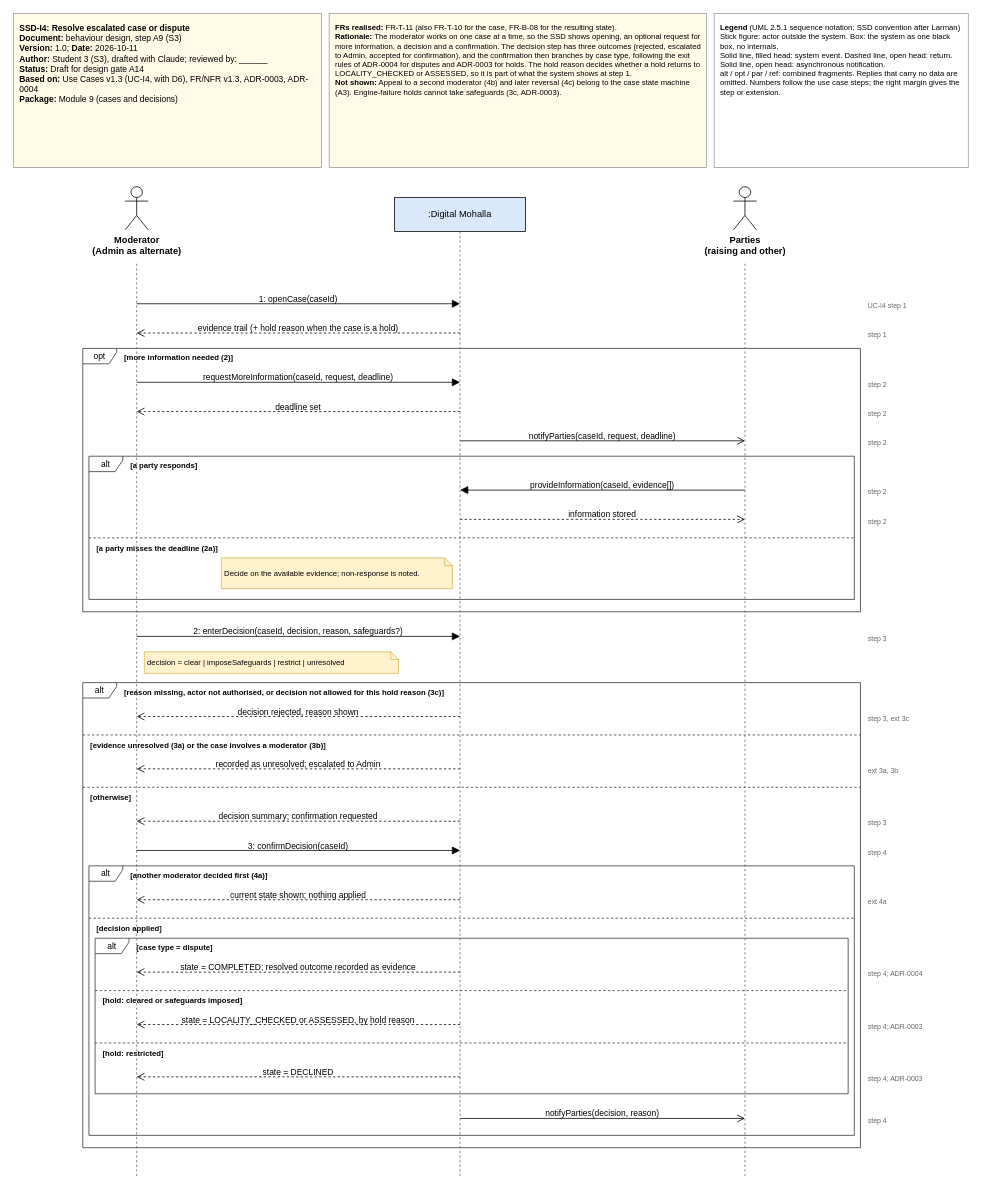
This is page "SSD-I4 Resolve escalated case or dispute" (4 of 4) of docs/design/02_use_case_model/ssd_diagrams.drawio from Areeba444/DigitalMohalla, a draw.io file, before an edit. Source tidied: cells renumbered, new cells numbered last; positions are measured from the earlier drawing's top-left corner, leaving out a move shared by most shapes. Both pictures are drawn from the tidied source at 77%, with x=0, y=0 at pixel (13, 13).
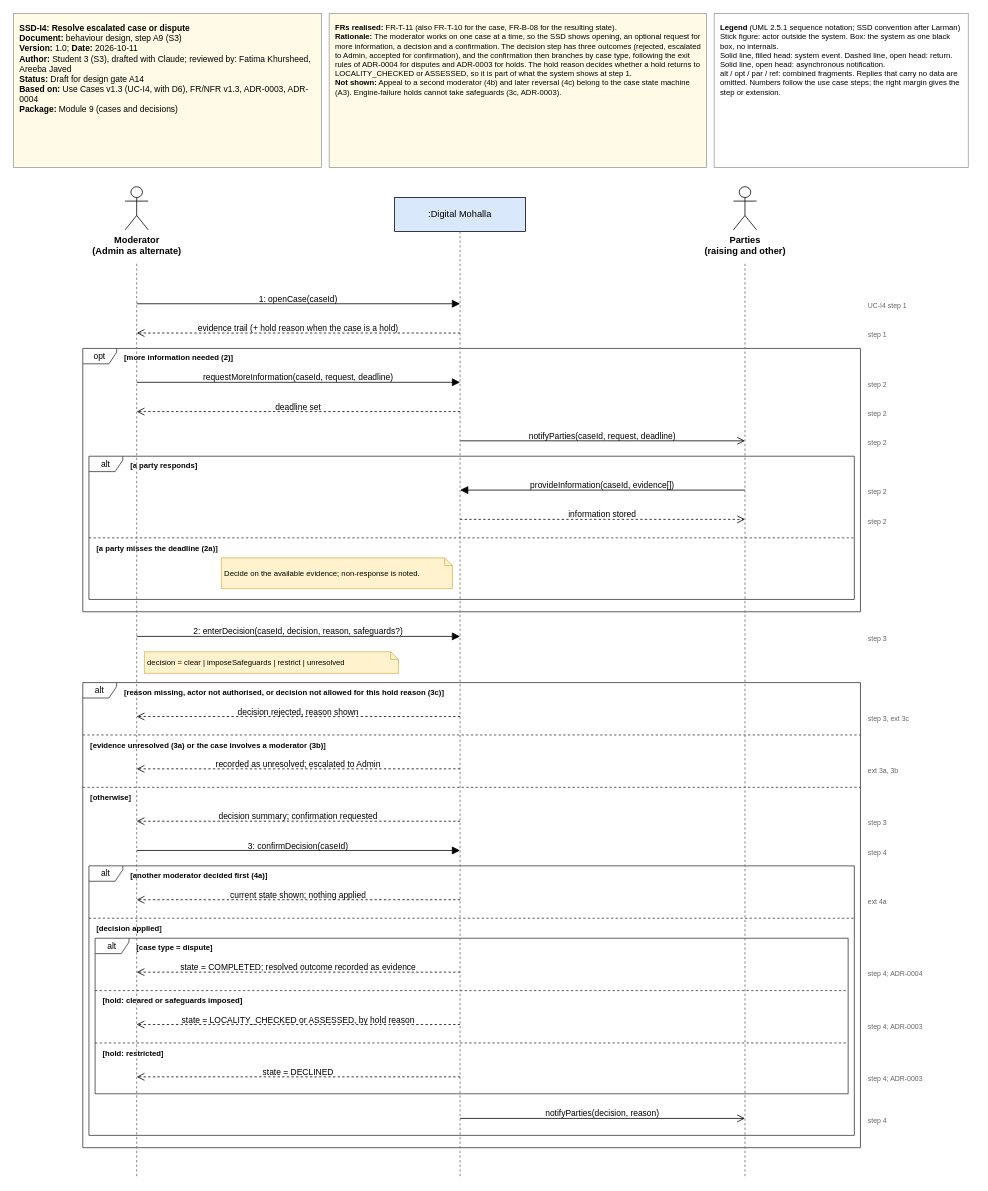
After the change.

Diff of the diagram source:
```diff
@@
-    <mxCell id="2" value="&lt;b&gt;SSD-I4: Resolve escalated case or dispute&lt;/b&gt;&lt;br&gt;&lt;b&gt;Document:&lt;/b&gt; behaviour design, step A9 (S3)&lt;br&gt;&lt;b&gt;Version:&lt;/b&gt; 1.0; &lt;b&gt;Date:&lt;/b&gt; 2026-10-11&lt;br&gt;&lt;b&gt;Author:&lt;/b&gt; Student 3 (S3), drafted with Claude; reviewed by: ______&lt;br&gt;&lt;b&gt;Status:&lt;/b&gt; Draft for design gate A14&lt;br&gt;&lt;b&gt;Based on:&lt;/b&gt; Use Cases v1.3 (UC-I4, with D6), FR/NFR v1.3, ADR-0003, ADR-0004&lt;br&gt;&lt;b&gt;Package:&lt;/b&gt; Module 9 (cases and decisions)" style="rounded=0;fillColor=#fffbe6;strokeColor=#999999;html=1;verticalAlign=top;align=left;spacing=8;fontSize=11;whiteSpace=wrap;" parent="1" vertex="1">
+    <mxCell id="2" value="&lt;b&gt;SSD-I4: Resolve escalated case or dispute&lt;/b&gt;&lt;br&gt;&lt;b&gt;Document:&lt;/b&gt; behaviour design, step A9 (S3)&lt;br&gt;&lt;b&gt;Version:&lt;/b&gt; 1.0; &lt;b&gt;Date:&lt;/b&gt; 2026-10-11&lt;br&gt;&lt;b&gt;Author:&lt;/b&gt; Student 3 (S3), drafted with Claude; reviewed by: Fatima Khursheed, Areeba Javed&lt;br&gt;&lt;b&gt;Status:&lt;/b&gt; Draft for design gate A14&lt;br&gt;&lt;b&gt;Based on:&lt;/b&gt; Use Cases v1.3 (UC-I4, with D6), FR/NFR v1.3, ADR-0003, ADR-0004&lt;br&gt;&lt;b&gt;Package:&lt;/b&gt; Module 9 (cases and decisions)" style="rounded=0;fillColor=#fffbe6;strokeColor=#999999;html=1;verticalAlign=top;align=left;spacing=8;fontSize=11;whiteSpace=wrap;" parent="1" vertex="1">
       <mxGeometry width="400" height="200" as="geometry" />
     </mxCell>
```
